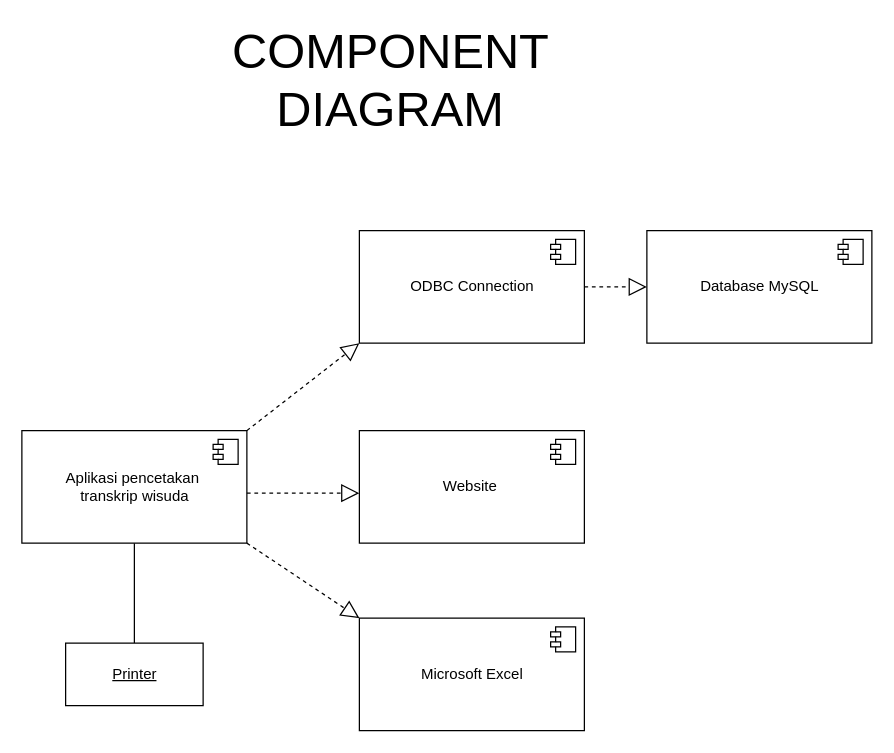
Before: page "Pemodelan Arsitektur - Component Diagram" (7 of 13) of SIAKAD ERD.drawio in RidhoAnshory/drawiocloud, a draw.io diagram. Source tidied: cells renumbered, new cells numbered last; positions are measured from the earlier drawing's top-left corner, leaving out a move shared by most shapes. Both pictures are drawn from the tidied source at 125%, with x=0, y=0 at pixel (21, 68).
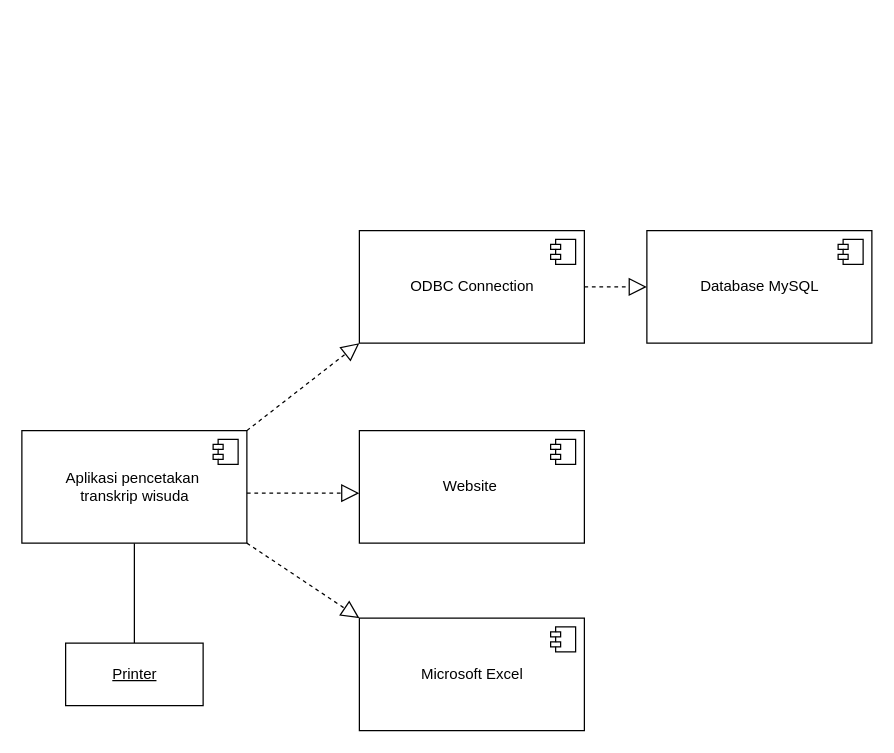
The same page after the edit.

Diff of the diagram source:
```diff
@@
-    <mxCell id="18" value="&lt;font style=&quot;font-size: 39px&quot;&gt;COMPONENT DIAGRAM&lt;/font&gt;" style="text;html=1;strokeColor=none;fillColor=none;align=center;verticalAlign=middle;whiteSpace=wrap;rounded=0;" parent="1" vertex="1">
-      <mxGeometry x="275" width="40" height="20" as="geometry" />
-    </mxCell>
```
